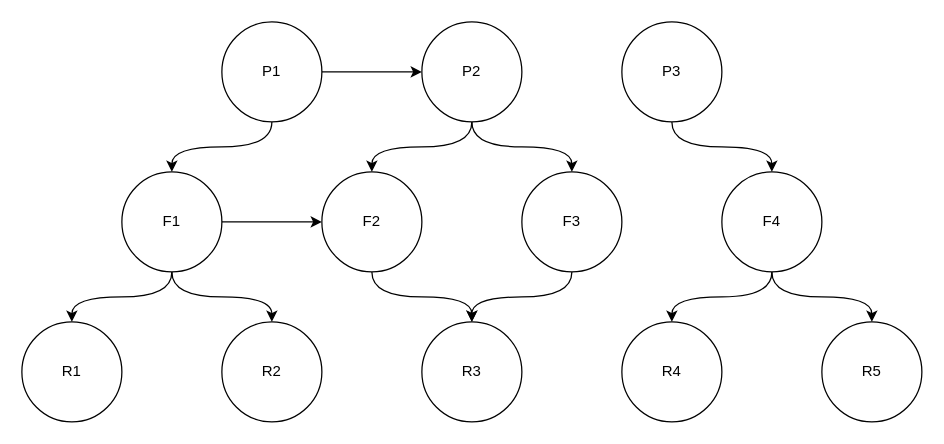
The draw.io diagram task_description/images/Исходный граф.drawio in Dambr/yewking, before the edit. Source tidied: cells renumbered, new cells numbered last; positions are measured from the earlier drawing's top-left corner, leaving out a move shared by most shapes. Both pictures are drawn from the tidied source at 125%, with x=0, y=0 at pixel (21, 21).
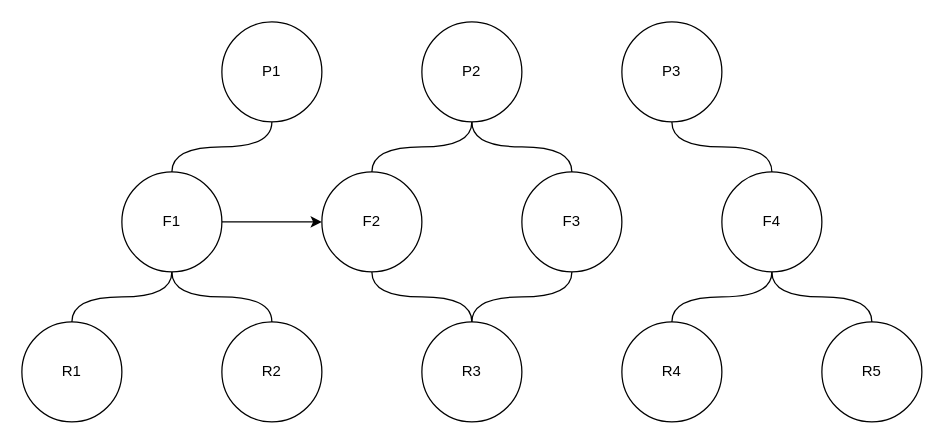
After the change.

The change refers to these unchanged cells:
```xml
<mxCell id="2" value="R1" style="ellipse;whiteSpace=wrap;html=1;" parent="1" vertex="1">
  <mxGeometry y="240" width="80" height="80" as="geometry" />
</mxCell>
<mxCell id="3" value="R2" style="ellipse;whiteSpace=wrap;html=1;" parent="1" vertex="1">
  <mxGeometry x="160" y="240" width="80" height="80" as="geometry" />
</mxCell>
<mxCell id="4" value="R3" style="ellipse;whiteSpace=wrap;html=1;" parent="1" vertex="1">
  <mxGeometry x="320" y="240" width="80" height="80" as="geometry" />
</mxCell>
<mxCell id="5" value="R4" style="ellipse;whiteSpace=wrap;html=1;" parent="1" vertex="1">
  <mxGeometry x="480" y="240" width="80" height="80" as="geometry" />
</mxCell>
<mxCell id="6" value="R5" style="ellipse;whiteSpace=wrap;html=1;" parent="1" vertex="1">
  <mxGeometry x="640" y="240" width="80" height="80" as="geometry" />
</mxCell>
<mxCell id="10" value="F1" style="ellipse;whiteSpace=wrap;html=1;" parent="1" vertex="1">
  <mxGeometry x="80" y="120" width="80" height="80" as="geometry" />
</mxCell>
<mxCell id="12" value="F2" style="ellipse;whiteSpace=wrap;html=1;" parent="1" vertex="1">
  <mxGeometry x="240" y="120" width="80" height="80" as="geometry" />
</mxCell>
<mxCell id="14" value="F3" style="ellipse;whiteSpace=wrap;html=1;" parent="1" vertex="1">
  <mxGeometry x="400" y="120" width="80" height="80" as="geometry" />
</mxCell>
<mxCell id="17" value="F4" style="ellipse;whiteSpace=wrap;html=1;" parent="1" vertex="1">
  <mxGeometry x="560" y="120" width="80" height="80" as="geometry" />
</mxCell>
<mxCell id="20" value="P1" style="ellipse;whiteSpace=wrap;html=1;" parent="1" vertex="1">
  <mxGeometry x="160" width="80" height="80" as="geometry" />
</mxCell>
<mxCell id="23" value="P2" style="ellipse;whiteSpace=wrap;html=1;" parent="1" vertex="1">
  <mxGeometry x="320" width="80" height="80" as="geometry" />
</mxCell>
<mxCell id="25" value="P3" style="ellipse;whiteSpace=wrap;html=1;" parent="1" vertex="1">
  <mxGeometry x="480" width="80" height="80" as="geometry" />
</mxCell>
```

Change to the diagram source:
```diff
@@
-    <mxCell id="7" style="edgeStyle=orthogonalEdgeStyle;curved=1;rounded=0;jettySize=auto;html=1;exitX=0.5;exitY=1;exitDx=0;exitDy=0;entryX=0.5;entryY=0;entryDx=0;entryDy=0;" parent="1" edge="1" source="10" target="2">
+    <mxCell id="7" style="edgeStyle=orthogonalEdgeStyle;curved=1;rounded=0;jettySize=auto;html=1;exitX=0.5;exitY=1;exitDx=0;exitDy=0;entryX=0.5;entryY=0;entryDx=0;entryDy=0;endArrow=none;endFill=0;" parent="1" edge="1" source="10" target="2">
       <mxGeometry relative="1" as="geometry" />
     </mxCell>
-    <mxCell id="8" style="edgeStyle=orthogonalEdgeStyle;curved=1;rounded=0;jettySize=auto;html=1;exitX=0.5;exitY=1;exitDx=0;exitDy=0;entryX=0.5;entryY=0;entryDx=0;entryDy=0;" parent="1" edge="1" source="10" target="3">
+    <mxCell id="8" style="edgeStyle=orthogonalEdgeStyle;curved=1;rounded=0;jettySize=auto;html=1;exitX=0.5;exitY=1;exitDx=0;exitDy=0;entryX=0.5;entryY=0;entryDx=0;entryDy=0;endArrow=none;endFill=0;" parent="1" edge="1" source="10" target="3">
       <mxGeometry relative="1" as="geometry" />
     </mxCell>
@@
-    <mxCell id="11" style="edgeStyle=orthogonalEdgeStyle;curved=1;rounded=0;jettySize=auto;html=1;exitX=0.5;exitY=1;exitDx=0;exitDy=0;entryX=0.5;entryY=0;entryDx=0;entryDy=0;" parent="1" edge="1" source="12" target="4">
+    <mxCell id="11" style="edgeStyle=orthogonalEdgeStyle;curved=1;rounded=0;jettySize=auto;html=1;exitX=0.5;exitY=1;exitDx=0;exitDy=0;entryX=0.5;entryY=0;entryDx=0;entryDy=0;endArrow=none;endFill=0;" parent="1" edge="1" source="12" target="4">
       <mxGeometry relative="1" as="geometry" />
     </mxCell>
@@
-    <mxCell id="13" style="edgeStyle=orthogonalEdgeStyle;curved=1;rounded=0;jettySize=auto;html=1;exitX=0.5;exitY=1;exitDx=0;exitDy=0;entryX=0.5;entryY=0;entryDx=0;entryDy=0;" parent="1" edge="1" source="14" target="4">
+    <mxCell id="13" style="edgeStyle=orthogonalEdgeStyle;curved=1;rounded=0;jettySize=auto;html=1;exitX=0.5;exitY=1;exitDx=0;exitDy=0;entryX=0.5;entryY=0;entryDx=0;entryDy=0;endArrow=none;endFill=0;" parent="1" edge="1" source="14" target="4">
       <mxGeometry relative="1" as="geometry" />
     </mxCell>
@@
-    <mxCell id="15" style="edgeStyle=orthogonalEdgeStyle;curved=1;rounded=0;jettySize=auto;html=1;exitX=0.5;exitY=1;exitDx=0;exitDy=0;entryX=0.5;entryY=0;entryDx=0;entryDy=0;" parent="1" edge="1" source="17" target="5">
+    <mxCell id="15" style="edgeStyle=orthogonalEdgeStyle;curved=1;rounded=0;jettySize=auto;html=1;exitX=0.5;exitY=1;exitDx=0;exitDy=0;entryX=0.5;entryY=0;entryDx=0;entryDy=0;endArrow=none;endFill=0;" parent="1" edge="1" source="17" target="5">
       <mxGeometry relative="1" as="geometry" />
     </mxCell>
-    <mxCell id="16" style="edgeStyle=orthogonalEdgeStyle;curved=1;rounded=0;jettySize=auto;html=1;exitX=0.5;exitY=1;exitDx=0;exitDy=0;entryX=0.5;entryY=0;entryDx=0;entryDy=0;" parent="1" edge="1" source="17" target="6">
+    <mxCell id="16" style="edgeStyle=orthogonalEdgeStyle;curved=1;rounded=0;jettySize=auto;html=1;exitX=0.5;exitY=1;exitDx=0;exitDy=0;entryX=0.5;entryY=0;entryDx=0;entryDy=0;endArrow=none;endFill=0;" parent="1" edge="1" source="17" target="6">
       <mxGeometry relative="1" as="geometry" />
     </mxCell>
@@
-    <mxCell id="18" style="edgeStyle=orthogonalEdgeStyle;curved=1;rounded=0;jettySize=auto;html=1;exitX=0.5;exitY=1;exitDx=0;exitDy=0;entryX=0.5;entryY=0;entryDx=0;entryDy=0;" parent="1" edge="1" source="20" target="10">
+    <mxCell id="18" style="edgeStyle=orthogonalEdgeStyle;curved=1;rounded=0;jettySize=auto;html=1;exitX=0.5;exitY=1;exitDx=0;exitDy=0;entryX=0.5;entryY=0;entryDx=0;entryDy=0;endArrow=none;endFill=0;" parent="1" edge="1" source="20" target="10">
       <mxGeometry relative="1" as="geometry" />
     </mxCell>
-    <mxCell id="19" style="edgeStyle=orthogonalEdgeStyle;curved=1;rounded=0;jettySize=auto;html=1;exitX=1;exitY=0.5;exitDx=0;exitDy=0;entryX=0;entryY=0.5;entryDx=0;entryDy=0;" parent="1" edge="1" source="20" target="23">
-      <mxGeometry relative="1" as="geometry" />
-    </mxCell>
@@
-    <mxCell id="21" style="edgeStyle=orthogonalEdgeStyle;curved=1;rounded=0;jettySize=auto;html=1;exitX=0.5;exitY=1;exitDx=0;exitDy=0;entryX=0.5;entryY=0;entryDx=0;entryDy=0;" parent="1" edge="1" source="23" target="12">
+    <mxCell id="21" style="edgeStyle=orthogonalEdgeStyle;curved=1;rounded=0;jettySize=auto;html=1;exitX=0.5;exitY=1;exitDx=0;exitDy=0;entryX=0.5;entryY=0;entryDx=0;entryDy=0;endArrow=none;endFill=0;" parent="1" edge="1" source="23" target="12">
       <mxGeometry relative="1" as="geometry" />
     </mxCell>
-    <mxCell id="22" style="edgeStyle=orthogonalEdgeStyle;curved=1;rounded=0;jettySize=auto;html=1;exitX=0.5;exitY=1;exitDx=0;exitDy=0;entryX=0.5;entryY=0;entryDx=0;entryDy=0;" parent="1" edge="1" source="23" target="14">
+    <mxCell id="22" style="edgeStyle=orthogonalEdgeStyle;curved=1;rounded=0;jettySize=auto;html=1;exitX=0.5;exitY=1;exitDx=0;exitDy=0;entryX=0.5;entryY=0;entryDx=0;entryDy=0;endArrow=none;endFill=0;" parent="1" edge="1" source="23" target="14">
       <mxGeometry relative="1" as="geometry" />
     </mxCell>
@@
-    <mxCell id="24" style="edgeStyle=orthogonalEdgeStyle;curved=1;rounded=0;jettySize=auto;html=1;exitX=0.5;exitY=1;exitDx=0;exitDy=0;entryX=0.5;entryY=0;entryDx=0;entryDy=0;" parent="1" edge="1" source="25" target="17">
+    <mxCell id="24" style="edgeStyle=orthogonalEdgeStyle;curved=1;rounded=0;jettySize=auto;html=1;exitX=0.5;exitY=1;exitDx=0;exitDy=0;entryX=0.5;entryY=0;entryDx=0;entryDy=0;endArrow=none;endFill=0;" parent="1" edge="1" source="25" target="17">
       <mxGeometry relative="1" as="geometry" />
     </mxCell>
```
